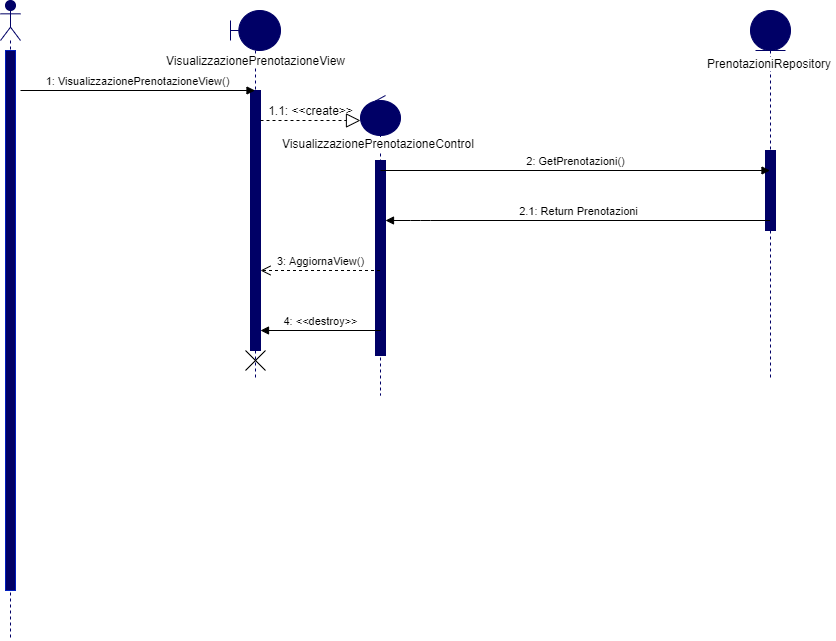
Before: Documenti/RAD/Sequence Diagram/Visualizzazione Prenotazione/SDVisualizzazionePrenotazione.png, a diagram exported from draw.io (Givaa/MedQueue). Source tidied: cells renumbered, new cells last; positions are measured from the earlier drawing's top-left corner, leaving out a move shared by most shapes.
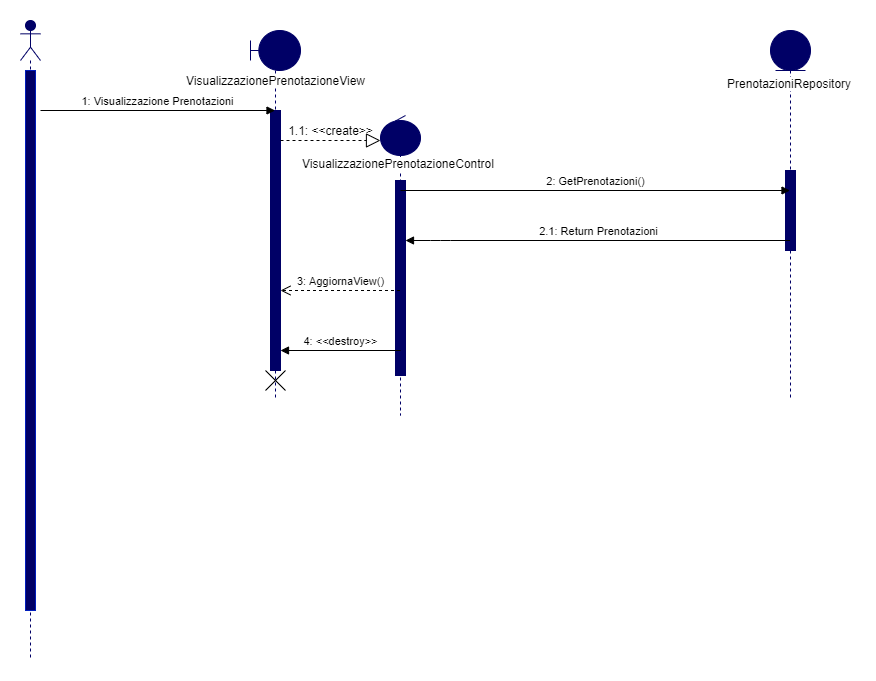
After the commit.

The edit, as a diff of the source:
```diff
@@ -17,7 +17,7 @@
     <mxCell id="6" style="shape=umlDestroy;" parent="4" vertex="1">
       <mxGeometry x="15" y="340" width="20" height="20" as="geometry" />
     </mxCell>
-    <mxCell id="7" value="1: VisualizzazionePrenotazioneView()" style="html=1;verticalAlign=bottom;endArrow=block;" parent="1" edge="1" target="4">
+    <mxCell id="7" value="1: Visualizzazione Prenotazioni" style="html=1;verticalAlign=bottom;endArrow=block;" parent="1" edge="1" target="4">
       <mxGeometry relative="1" as="geometry">
         <mxPoint x="20" y="90" as="sourcePoint" />
       </mxGeometry>
```
